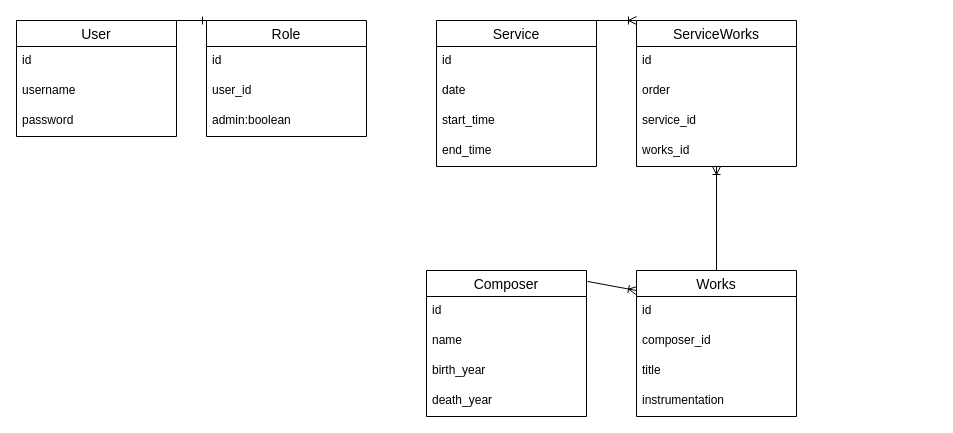
Earlier version of the draw.io diagram object.drawio (agilles1/orchestra-now). Source tidied: cells renumbered, new cells numbered last; positions are measured from the earlier drawing's top-left corner, leaving out a move shared by most shapes. Both pictures are drawn from the tidied source at 100%, with x=0, y=0 at pixel (16, 20).
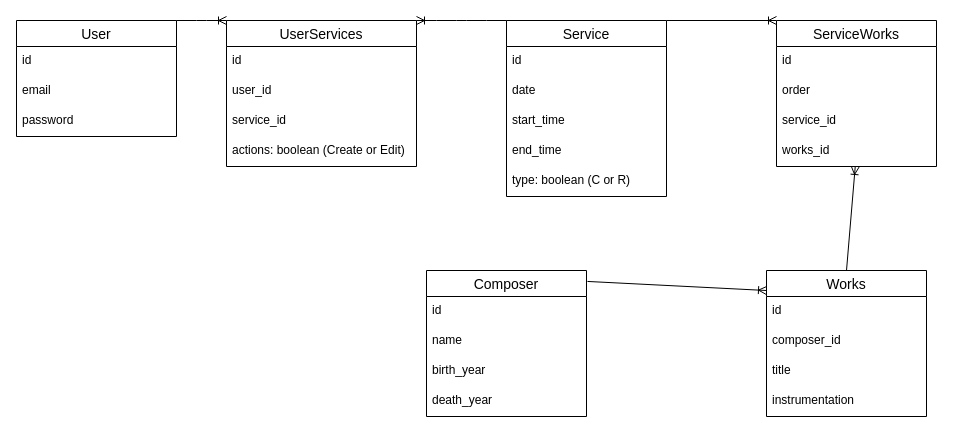
Above is the later version.

The change refers to these unchanged cells:
```xml
<mxCell id="25" value="User" style="swimlane;fontStyle=0;horizontal=1;startSize=26;align=center;fontSize=14;" parent="1" vertex="1">
  <mxGeometry width="160" height="116" as="geometry" />
</mxCell>
```

The edit, as a diff of the source:
```diff
@@
     <mxCell id="5" value="ServiceWorks" style="swimlane;fontStyle=0;horizontal=1;startSize=26;align=center;fontSize=14;" parent="1" vertex="1">
-      <mxGeometry x="620" width="160" height="146" as="geometry" />
+      <mxGeometry x="760" width="160" height="146" as="geometry" />
     </mxCell>
@@
     <mxCell id="10" value="Service" style="swimlane;fontStyle=0;horizontal=1;startSize=26;align=center;fontSize=14;" parent="1" vertex="1">
-      <mxGeometry x="420" width="160" height="146" as="geometry" />
+      <mxGeometry x="490" width="160" height="176" as="geometry" />
     </mxCell>
@@
+    <mxCell id="34" value="type: boolean (C or R)" style="text;strokeColor=none;fillColor=none;spacingLeft=4;spacingRight=4;overflow=hidden;fontSize=12;" parent="10" vertex="1">
+      <mxGeometry y="146" width="160" height="30" as="geometry" />
+    </mxCell>
     <mxCell id="15" value="Works" style="swimlane;fontStyle=0;horizontal=1;startSize=26;align=center;fontSize=14;" parent="1" vertex="1">
-      <mxGeometry x="620" y="250" width="160" height="146" as="geometry" />
+      <mxGeometry x="750" y="250" width="160" height="146" as="geometry" />
     </mxCell>
@@
-    <mxCell id="27" value="username" style="text;strokeColor=none;fillColor=none;spacingLeft=4;spacingRight=4;overflow=hidden;fontSize=12;" parent="25" vertex="1">
+    <mxCell id="27" value="email" style="text;strokeColor=none;fillColor=none;spacingLeft=4;spacingRight=4;overflow=hidden;fontSize=12;" parent="25" vertex="1">
       <mxGeometry y="56" width="160" height="30" as="geometry" />
     </mxCell>
@@
-    <mxCell id="29" style="fontSize=12;html=1;endArrow=ERone;endFill=1;exitX=1;exitY=0;exitDx=0;exitDy=0;entryX=0;entryY=0;entryDx=0;entryDy=0;" parent="1" edge="1" source="25" target="30">
-      <mxGeometry relative="1" as="geometry" />
-    </mxCell>
-    <mxCell id="30" value="Role" style="swimlane;fontStyle=0;horizontal=1;startSize=26;align=center;fontSize=14;" parent="1" vertex="1">
-      <mxGeometry x="190" width="160" height="116" as="geometry" />
-    </mxCell>
+    <mxCell id="35" value="UserServices" style="swimlane;fontStyle=0;horizontal=1;startSize=26;align=center;fontSize=14;" parent="1" vertex="1">
+      <mxGeometry x="210" width="190" height="146" as="geometry" />
+    </mxCell>
-    <mxCell id="31" value="id" style="text;strokeColor=none;fillColor=none;spacingLeft=4;spacingRight=4;overflow=hidden;fontSize=12;" parent="30" vertex="1">
-      <mxGeometry y="26" width="160" height="30" as="geometry" />
+    <mxCell id="31" value="id" style="text;strokeColor=none;fillColor=none;spacingLeft=4;spacingRight=4;overflow=hidden;fontSize=12;" parent="35" vertex="1">
+      <mxGeometry y="26" width="190" height="30" as="geometry" />
     </mxCell>
-    <mxCell id="32" value="user_id" style="text;strokeColor=none;fillColor=none;spacingLeft=4;spacingRight=4;overflow=hidden;fontSize=12;" parent="30" vertex="1">
-      <mxGeometry y="56" width="160" height="30" as="geometry" />
+    <mxCell id="32" value="user_id" style="text;strokeColor=none;fillColor=none;spacingLeft=4;spacingRight=4;overflow=hidden;fontSize=12;" parent="35" vertex="1">
+      <mxGeometry y="56" width="190" height="30" as="geometry" />
     </mxCell>
-    <mxCell id="33" value="admin:boolean" style="text;strokeColor=none;fillColor=none;spacingLeft=4;spacingRight=4;overflow=hidden;fontSize=12;" parent="30" vertex="1">
-      <mxGeometry y="86" width="160" height="30" as="geometry" />
-    </mxCell>
+    <mxCell id="36" value="service_id" style="text;strokeColor=none;fillColor=none;spacingLeft=4;spacingRight=4;overflow=hidden;fontSize=12;" parent="35" vertex="1">
+      <mxGeometry y="86" width="190" height="30" as="geometry" />
+    </mxCell>
+    <mxCell id="37" value="actions: boolean (Create or Edit)" style="text;strokeColor=none;fillColor=none;spacingLeft=4;spacingRight=4;overflow=hidden;fontSize=12;" parent="35" vertex="1">
+      <mxGeometry y="116" width="190" height="30" as="geometry" />
+    </mxCell>
+    <mxCell id="38" style="edgeStyle=entityRelationEdgeStyle;fontSize=12;html=1;endArrow=ERoneToMany;entryX=1;entryY=0;entryDx=0;entryDy=0;exitX=0;exitY=0;exitDx=0;exitDy=0;" parent="1" edge="1" source="10" target="35">
+      <mxGeometry relative="1" as="geometry" />
+    </mxCell>
+    <mxCell id="39" style="edgeStyle=entityRelationEdgeStyle;fontSize=12;html=1;endArrow=ERoneToMany;exitX=1;exitY=0;exitDx=0;exitDy=0;entryX=0;entryY=0;entryDx=0;entryDy=0;" parent="1" edge="1" source="25" target="35">
+      <mxGeometry relative="1" as="geometry" />
+    </mxCell>
```
